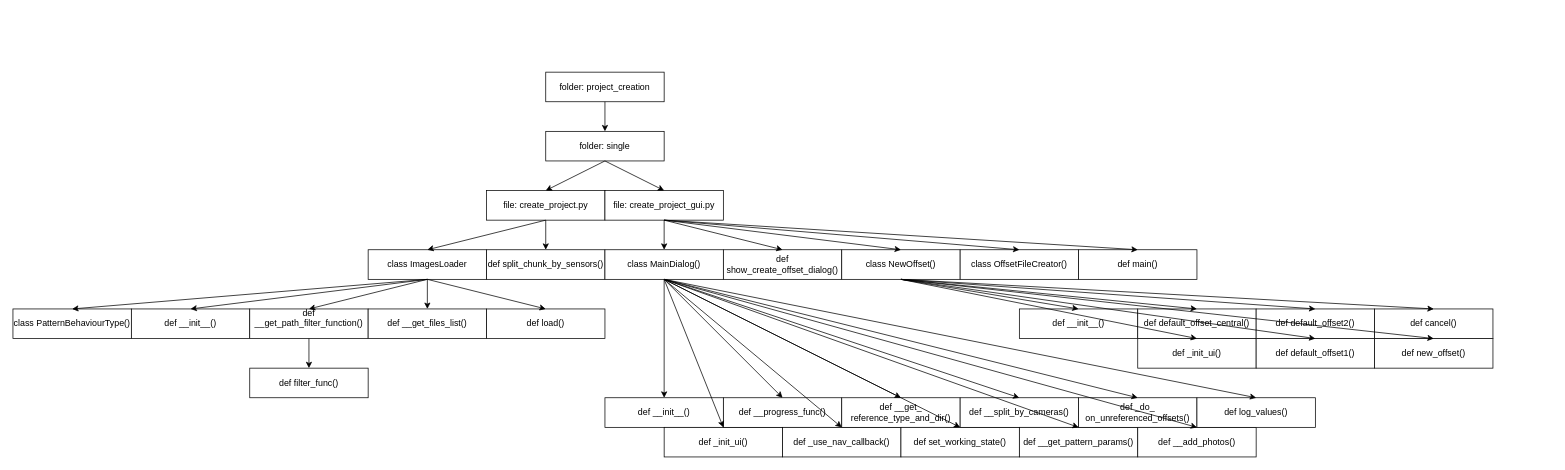
The draw.io diagram CreateProjectFromDir.drawio in go-enov/diagrams, before the edit. Source tidied: cells renumbered, new cells numbered last; positions are measured from the earlier drawing's top-left corner, leaving out a move shared by most shapes. Both pictures are drawn from the tidied source at 74%, with x=0, y=0 at pixel (13, 72).
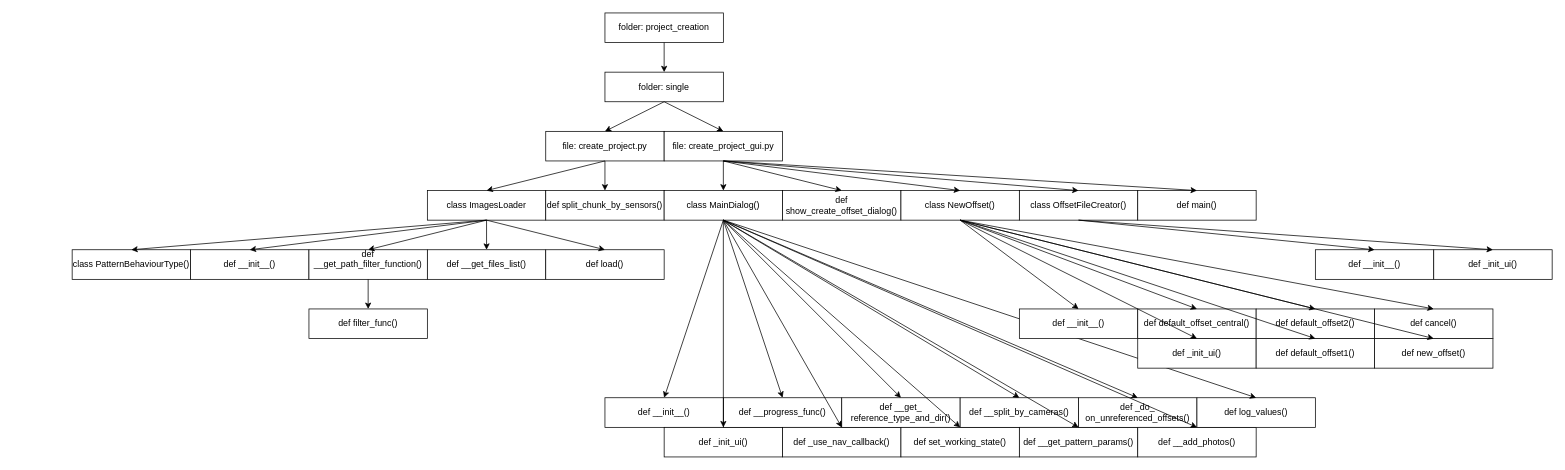
Above is the later version.

Commit message:
class OffsetFileCreator(): tree

What changed in the source:
```diff
@@
     <mxCell id="2" value="folder: project_creation" style="rounded=0;whiteSpace=wrap;html=1;" parent="1" vertex="1">
-      <mxGeometry x="720" width="160" height="40" as="geometry" />
+      <mxGeometry x="800" y="-80" width="160" height="40" as="geometry" />
     </mxCell>
     <mxCell id="3" value="folder: single" style="rounded=0;whiteSpace=wrap;html=1;" parent="1" vertex="1">
-      <mxGeometry x="720" y="80" width="160" height="40" as="geometry" />
+      <mxGeometry x="800" width="160" height="40" as="geometry" />
     </mxCell>
@@
     <mxCell id="5" value="file: create_project.py" style="rounded=0;whiteSpace=wrap;html=1;" parent="1" vertex="1">
-      <mxGeometry x="640" y="160" width="160" height="40" as="geometry" />
+      <mxGeometry x="720" y="80" width="160" height="40" as="geometry" />
     </mxCell>
@@
     <mxCell id="7" value="file: create_project_gui.py" style="rounded=0;whiteSpace=wrap;html=1;" parent="1" vertex="1">
-      <mxGeometry x="800" y="160" width="160" height="40" as="geometry" />
+      <mxGeometry x="880" y="80" width="160" height="40" as="geometry" />
     </mxCell>
@@
     <mxCell id="9" value="class ImagesLoader" style="rounded=0;whiteSpace=wrap;html=1;" parent="1" vertex="1">
-      <mxGeometry x="480" y="240" width="160" height="40" as="geometry" />
+      <mxGeometry x="560" y="160" width="160" height="40" as="geometry" />
     </mxCell>
@@
     <mxCell id="11" value="def split_chunk_by_sensors()" style="rounded=0;whiteSpace=wrap;html=1;" parent="1" vertex="1">
-      <mxGeometry x="640" y="240" width="160" height="40" as="geometry" />
+      <mxGeometry x="720" y="160" width="160" height="40" as="geometry" />
     </mxCell>
@@
     <mxCell id="13" value="class PatternBehaviourType()" style="rounded=0;whiteSpace=wrap;html=1;" parent="1" vertex="1">
-      <mxGeometry y="320" width="160" height="40" as="geometry" />
+      <mxGeometry x="80" y="240" width="160" height="40" as="geometry" />
     </mxCell>
@@
     <mxCell id="15" value="def __init__()" style="rounded=0;whiteSpace=wrap;html=1;" parent="1" vertex="1">
-      <mxGeometry x="160" y="320" width="160" height="40" as="geometry" />
+      <mxGeometry x="240" y="240" width="160" height="40" as="geometry" />
     </mxCell>
     <mxCell id="16" value="&#10;def __get_path_filter_function()&#10;&#10;" style="rounded=0;whiteSpace=wrap;html=1;" parent="1" vertex="1">
-      <mxGeometry x="320" y="320" width="160" height="40" as="geometry" />
+      <mxGeometry x="400" y="240" width="160" height="40" as="geometry" />
     </mxCell>
     <mxCell id="17" value="def __get_files_list()" style="rounded=0;whiteSpace=wrap;html=1;" parent="1" vertex="1">
-      <mxGeometry x="480" y="320" width="160" height="40" as="geometry" />
+      <mxGeometry x="560" y="240" width="160" height="40" as="geometry" />
     </mxCell>
     <mxCell id="18" value="def load()" style="rounded=0;whiteSpace=wrap;html=1;" parent="1" vertex="1">
-      <mxGeometry x="640" y="320" width="160" height="40" as="geometry" />
+      <mxGeometry x="720" y="240" width="160" height="40" as="geometry" />
     </mxCell>
@@
     <mxCell id="23" value="def filter_func()" style="rounded=0;whiteSpace=wrap;html=1;" parent="1" vertex="1">
-      <mxGeometry x="320" y="400" width="160" height="40" as="geometry" />
+      <mxGeometry x="400" y="320" width="160" height="40" as="geometry" />
     </mxCell>
@@
     <mxCell id="25" value="class MainDialog()" style="rounded=0;whiteSpace=wrap;html=1;" parent="1" vertex="1">
-      <mxGeometry x="800" y="240" width="160" height="40" as="geometry" />
+      <mxGeometry x="880" y="160" width="160" height="40" as="geometry" />
     </mxCell>
     <mxCell id="26" value="def show_create_offset_dialog()" style="rounded=0;whiteSpace=wrap;html=1;" parent="1" vertex="1">
-      <mxGeometry x="960" y="240" width="160" height="40" as="geometry" />
+      <mxGeometry x="1040" y="160" width="160" height="40" as="geometry" />
     </mxCell>
     <mxCell id="27" value="class NewOffset()" style="rounded=0;whiteSpace=wrap;html=1;" parent="1" vertex="1">
-      <mxGeometry x="1120" y="240" width="160" height="40" as="geometry" />
+      <mxGeometry x="1200" y="160" width="160" height="40" as="geometry" />
     </mxCell>
     <mxCell id="28" value="class OffsetFileCreator()" style="rounded=0;whiteSpace=wrap;html=1;" parent="1" vertex="1">
-      <mxGeometry x="1280" y="240" width="160" height="40" as="geometry" />
+      <mxGeometry x="1360" y="160" width="160" height="40" as="geometry" />
     </mxCell>
     <mxCell id="29" value="def main()" style="rounded=0;whiteSpace=wrap;html=1;" parent="1" vertex="1">
-      <mxGeometry x="1440" y="240" width="160" height="40" as="geometry" />
+      <mxGeometry x="1520" y="160" width="160" height="40" as="geometry" />
     </mxCell>
@@
+    <mxCell id="71" value="def __init__()" style="rounded=0;whiteSpace=wrap;html=1;" parent="1" vertex="1">
+      <mxGeometry x="1760" y="240" width="160" height="40" as="geometry" />
+    </mxCell>
+    <mxCell id="72" value="def _init_ui()" style="rounded=0;whiteSpace=wrap;html=1;" parent="1" vertex="1">
+      <mxGeometry x="1920" y="240" width="160" height="40" as="geometry" />
+    </mxCell>
+    <mxCell id="73" style="endArrow=classic;html=1;rounded=0;exitX=0.5;exitY=1;exitDx=0;exitDy=0;entryX=0.5;entryY=0;entryDx=0;entryDy=0;" parent="1" edge="1" source="28" target="71">
+      <mxGeometry relative="1" as="geometry" />
+    </mxCell>
+    <mxCell id="74" style="endArrow=classic;html=1;rounded=0;exitX=0.5;exitY=1;exitDx=0;exitDy=0;entryX=0.5;entryY=0;entryDx=0;entryDy=0;" parent="1" edge="1" source="28" target="72">
+      <mxGeometry relative="1" as="geometry" />
+    </mxCell>
```
